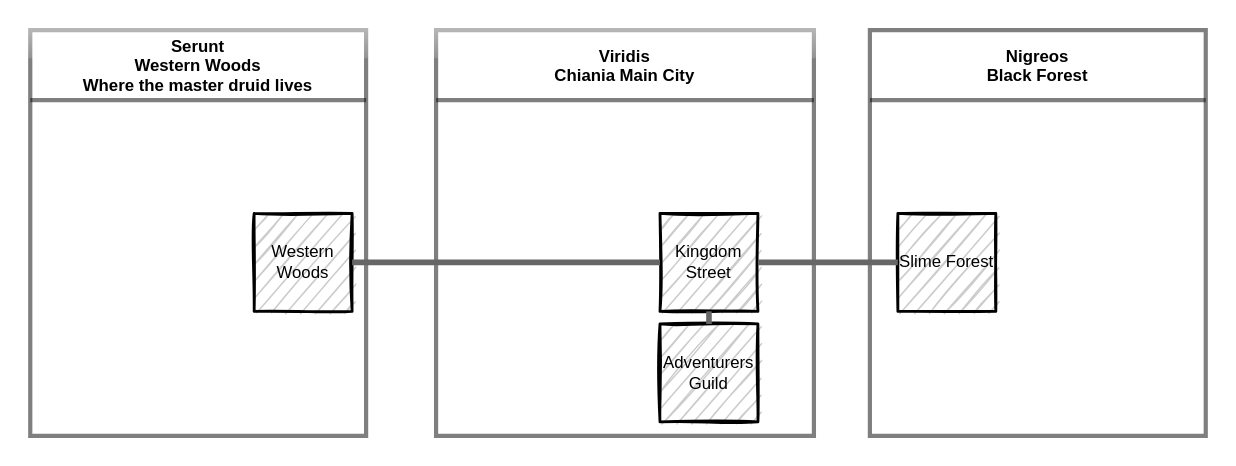
Before: docs/world/include/chiania_world_map.drawio.svg, a diagram exported from draw.io (RudolfAchter/chiania). Source tidied: cells renumbered, new cells last; positions are measured from the earlier drawing's top-left corner, leaving out a move shared by most shapes.
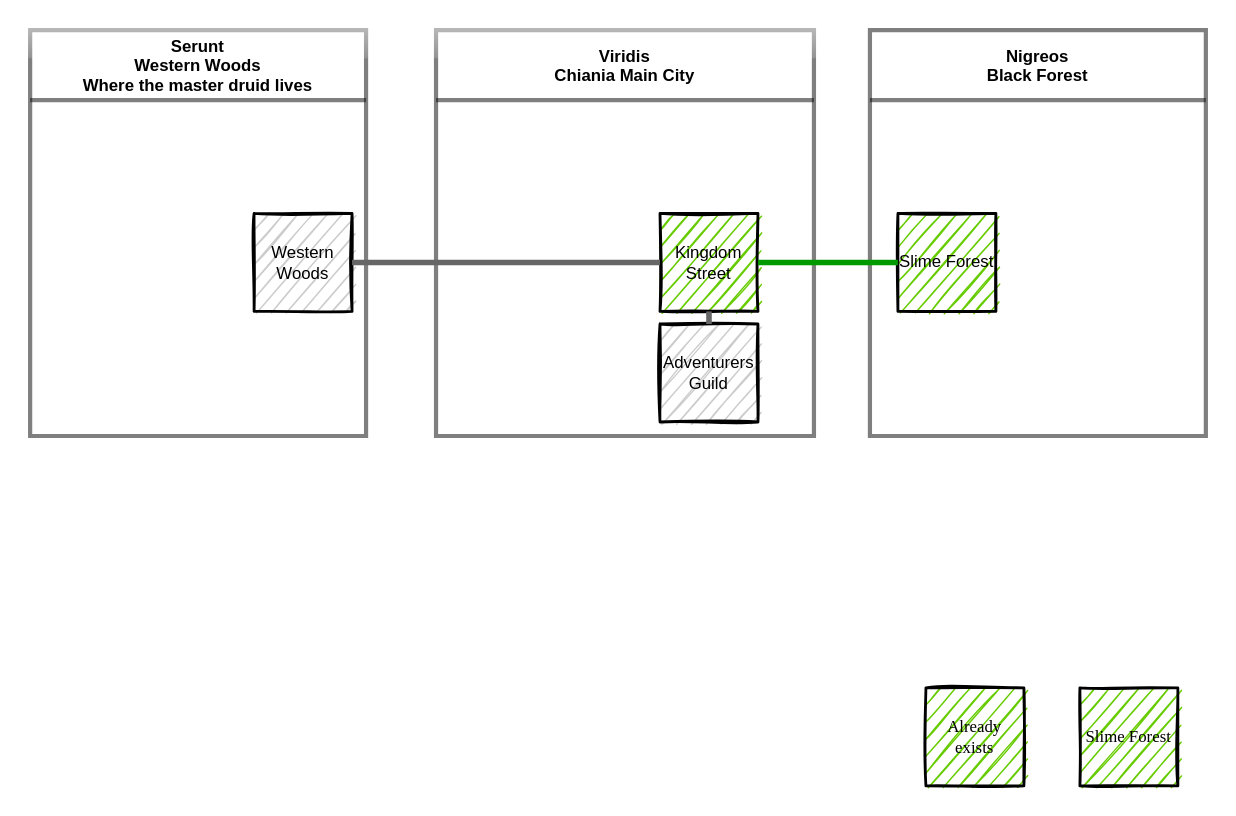
After the commit.

Commit message:
update: font filename

Diff of the diagram source:
```diff
@@ -5,7 +5,7 @@
     <mxCell id="2" value="Viridis &#10;Chiania Main City" style="swimlane;glass=1;swimlaneLine=1;swimlaneFillColor=default;gradientColor=none;fillColor=default;sketch=0;shadow=0;rounded=0;opacity=50;strokeWidth=3;startSize=50;" parent="1" vertex="1">
       <mxGeometry x="290" width="270" height="290" as="geometry" />
     </mxCell>
-    <mxCell id="3" value="Kingdom Street" style="rounded=0;whiteSpace=wrap;html=1;sketch=1;fillColor=#CCCCCC;strokeWidth=2;" parent="2" vertex="1">
+    <mxCell id="3" value="Kingdom Street" style="rounded=0;whiteSpace=wrap;html=1;sketch=1;fillColor=#66CC00;strokeWidth=2;" parent="2" vertex="1">
       <mxGeometry x="160" y="131" width="70" height="70" as="geometry" />
     </mxCell>
     <mxCell id="4" value="Adventurers Guild" style="rounded=0;whiteSpace=wrap;html=1;sketch=1;fillColor=#CCCCCC;strokeWidth=2;" parent="2" vertex="1">
@@ -17,7 +17,7 @@
     <mxCell id="6" value="Nigreos&#10;Black Forest" style="swimlane;&#10;swimlaneFillColor=#999999;&#10;fillColor=#66CC00;&#10;swimlaneLine=1;swimlaneFillColor=default;&#10;opacity=50%;opacity=50;strokeWidth=3;startSize=50;" parent="1" vertex="1">
       <mxGeometry x="600" width="240" height="290" as="geometry" />
     </mxCell>
-    <mxCell id="7" value="Slime Forest" style="rounded=0;whiteSpace=wrap;html=1;sketch=1;fillColor=#CCCCCC;strokeWidth=2;" parent="6" vertex="1">
+    <mxCell id="7" value="Slime Forest" style="rounded=0;whiteSpace=wrap;html=1;sketch=1;fillColor=#66CC00;strokeWidth=2;" parent="6" vertex="1">
       <mxGeometry x="20" y="131" width="70" height="70" as="geometry" />
     </mxCell>
     <mxCell id="8" value="Serunt&#10;Western Woods&#10;Where the master druid lives" style="swimlane;glass=1;fillColor=default;gradientColor=none;swimlaneFillColor=default;sketch=0;swimlaneLine=1;opacity=50;strokeWidth=3;startSize=50;" parent="1" vertex="1">
@@ -29,8 +29,14 @@
     <mxCell id="10" style="edgeStyle=none;html=1;endArrow=none;endFill=0;strokeWidth=4;strokeColor=#666666;" parent="1" edge="1" source="3" target="9">
       <mxGeometry relative="1" as="geometry" />
     </mxCell>
-    <mxCell id="11" style="edgeStyle=none;html=1;endArrow=none;endFill=0;strokeWidth=4;strokeColor=#666666;" parent="1" edge="1" source="3" target="7">
+    <mxCell id="11" style="edgeStyle=none;html=1;endArrow=none;endFill=0;strokeWidth=4;strokeColor=#009900;" parent="1" edge="1" source="3" target="7">
       <mxGeometry relative="1" as="geometry" />
     </mxCell>
+    <mxCell id="12" value="Already exists" style="rounded=0;whiteSpace=wrap;html=1;sketch=1;fillColor=#66CC00;strokeWidth=2;fontFamily=8bit-Operator;fontSource=https%3A%2F%2Frudolfachter.github.io%2Fchiania%2Fpublic%2Finclude%2F8_bit_Operator%2B_Regular.ttf;" parent="1" vertex="1">
+      <mxGeometry x="640" y="470" width="70" height="70" as="geometry" />
+    </mxCell>
+    <mxCell id="13" value="Slime Forest" style="rounded=0;whiteSpace=wrap;html=1;sketch=1;fillColor=#66CC00;strokeWidth=2;fontFamily=8bit-Operator;fontSource=https%3A%2F%2Frudolfachter.github.io%2Fchiania%2Fpublic%2Finclude%2F8_bit_Operator%2B_Regular.ttf;" parent="1" vertex="1">
+      <mxGeometry x="750" y="470" width="70" height="70" as="geometry" />
+    </mxCell>
   </root>
 </mxGraphModel>
```
